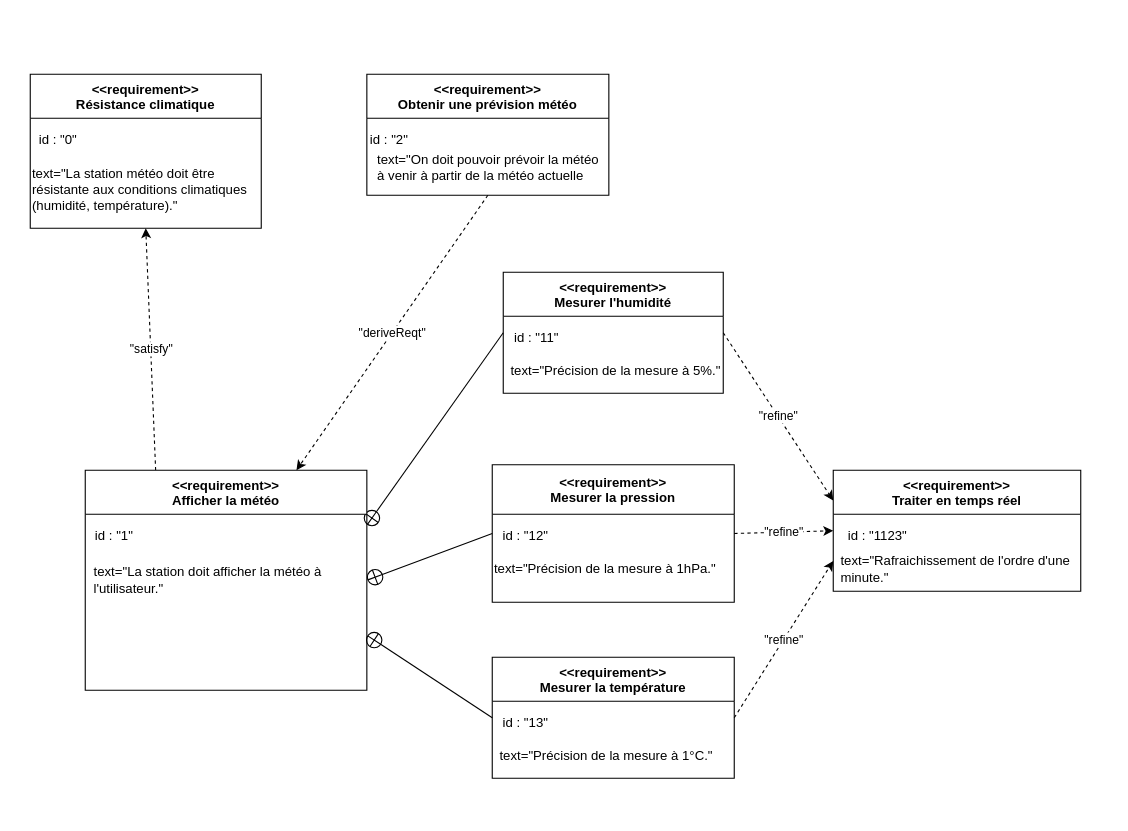
Before: DE.drawio in F3lixitas/projetMeteo, a draw.io diagram. Source tidied: cells renumbered, new cells numbered last; positions are measured from the earlier drawing's top-left corner, leaving out a move shared by most shapes. Both pictures are drawn from the tidied source at 110%, with x=0, y=0 at pixel (30, 74).
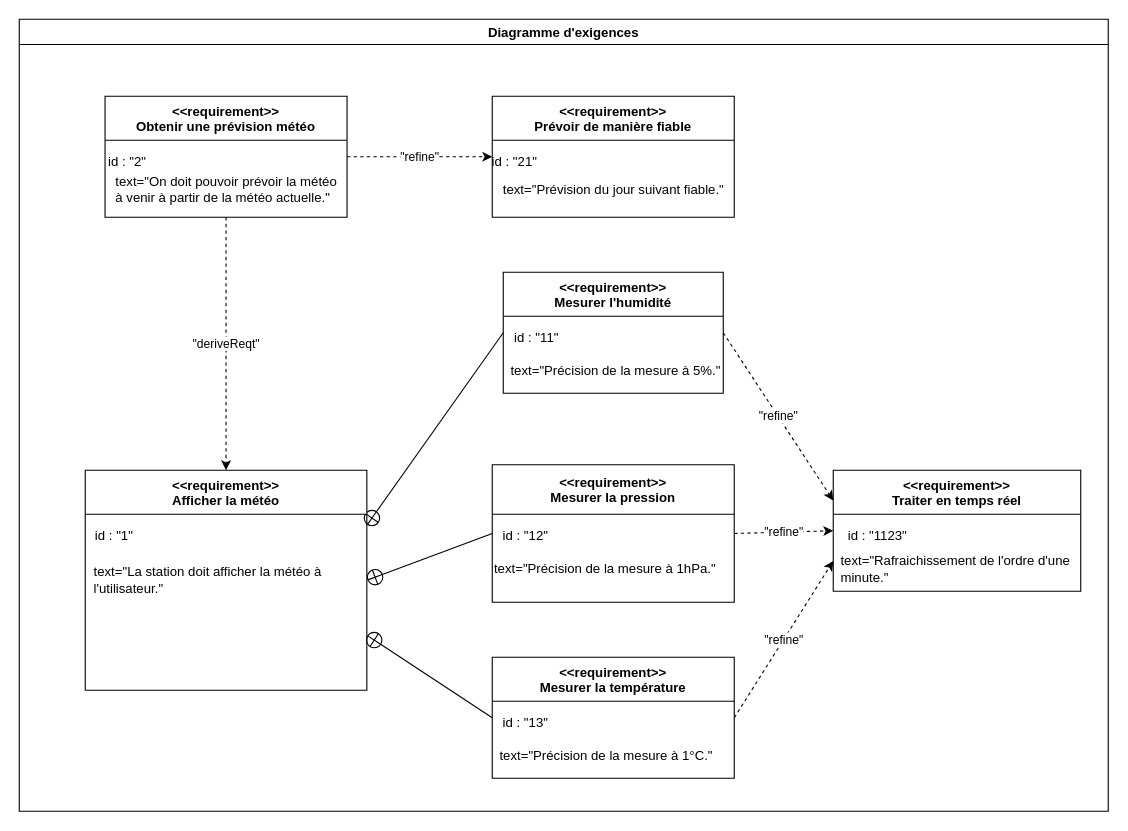
The same page after the edit.

Unchanged cells that the change refers to:
```xml
<mxCell id="17" value="&lt;&lt;requirement&gt;&gt;&#10;Afficher la météo" style="swimlane;startSize=40;" parent="1" vertex="1">
  <mxGeometry x="50" y="360" width="256" height="200" as="geometry" />
</mxCell>
```

The edit, as a diff of the source:
```diff
@@
-    <mxCell id="16" value="&quot;satisfy&quot;" style="edgeStyle=none;rounded=0;jettySize=auto;html=1;exitX=0.25;exitY=0;exitDx=0;exitDy=0;entryX=0.5;entryY=1;entryDx=0;entryDy=0;dashed=1;endArrow=classic;endFill=1;" parent="1" edge="1" source="17" target="24">
-      <mxGeometry relative="1" as="geometry" />
-    </mxCell>
@@
-    <mxCell id="20" value="&quot;deriveReqt&quot;" style="edgeStyle=none;rounded=0;jettySize=auto;html=1;exitX=0.5;exitY=1;exitDx=0;exitDy=0;entryX=0.75;entryY=0;entryDx=0;entryDy=0;dashed=1;endArrow=classic;endFill=1;" parent="1" edge="1" source="21" target="17">
+    <mxCell id="20" value="&quot;deriveReqt&quot;" style="edgeStyle=none;rounded=0;jettySize=auto;html=1;exitX=0.5;exitY=1;exitDx=0;exitDy=0;entryX=0.5;entryY=0;entryDx=0;entryDy=0;dashed=1;endArrow=classic;endFill=1;" parent="1" edge="1" source="21" target="17">
       <mxGeometry relative="1" as="geometry" />
     </mxCell>
+    <mxCell id="31" value="&quot;refine&quot;" style="edgeStyle=none;rounded=0;jettySize=auto;html=1;exitX=1;exitY=0.5;exitDx=0;exitDy=0;entryX=0;entryY=0.5;entryDx=0;entryDy=0;dashed=1;endArrow=classic;endFill=1;" parent="1" edge="1" source="21" target="32">
+      <mxGeometry relative="1" as="geometry" />
+    </mxCell>
     <mxCell id="21" value="&lt;&lt;requirement&gt;&gt;&#10;Obtenir une prévision météo" style="swimlane;startSize=40;" parent="1" vertex="1">
-      <mxGeometry x="306" width="220" height="110" as="geometry" />
+      <mxGeometry x="68" y="20" width="220" height="110" as="geometry" />
     </mxCell>
@@
-    <mxCell id="23" value="text=&quot;On doit pouvoir prévoir la météo&lt;br&gt;&lt;div style=&quot;text-align: left&quot;&gt;&lt;span&gt;à venir à partir de la météo actuelle&lt;/span&gt;&lt;/div&gt;" style="text;html=1;align=center;verticalAlign=middle;strokeColor=none;fillColor=none;" parent="21" vertex="1">
+    <mxCell id="23" value="text=&quot;On doit pouvoir prévoir la météo&lt;br&gt;&lt;div style=&quot;text-align: left&quot;&gt;&lt;span&gt;à venir à partir de la météo actuelle.&quot;&lt;/span&gt;&lt;/div&gt;" style="text;html=1;align=center;verticalAlign=middle;strokeColor=none;fillColor=none;" parent="21" vertex="1">
       <mxGeometry y="70" width="220" height="30" as="geometry" />
     </mxCell>
-    <mxCell id="24" value="&lt;&lt;requirement&gt;&gt;&#10;Résistance climatique" style="swimlane;startSize=40;" parent="1" vertex="1">
-      <mxGeometry width="210" height="140" as="geometry" />
-    </mxCell>
-    <mxCell id="25" value="id : &quot;0&quot;" style="text;html=1;align=center;verticalAlign=middle;strokeColor=none;fillColor=none;" parent="24" vertex="1">
-      <mxGeometry y="50" width="50" height="20" as="geometry" />
-    </mxCell>
-    <mxCell id="26" value="text=&quot;La station météo doit être&lt;br&gt;résistante aux conditions climatiques &lt;br&gt;(humidité, température).&quot;" style="text;html=1;align=left;verticalAlign=middle;strokeColor=none;fillColor=none;" parent="24" vertex="1">
-      <mxGeometry y="80" width="210" height="50" as="geometry" />
-    </mxCell>
@@
+    <mxCell id="32" value="&lt;&lt;requirement&gt;&gt;&#10;Prévoir de manière fiable" style="swimlane;startSize=40;" parent="1" vertex="1">
+      <mxGeometry x="420" y="20" width="220" height="110" as="geometry" />
+    </mxCell>
+    <mxCell id="33" value="id : &quot;21&quot;" style="text;html=1;align=center;verticalAlign=middle;strokeColor=none;fillColor=none;" parent="32" vertex="1">
+      <mxGeometry x="-10" y="50" width="60" height="20" as="geometry" />
+    </mxCell>
+    <mxCell id="34" value="text=&quot;Prévision du jour suivant fiable.&quot;" style="text;html=1;align=center;verticalAlign=middle;strokeColor=none;fillColor=none;" parent="32" vertex="1">
+      <mxGeometry y="75" width="220" height="20" as="geometry" />
+    </mxCell>
+    <mxCell id="35" value="Diagramme d'exigences" style="swimlane;" parent="1" vertex="1">
+      <mxGeometry x="-10" y="-50" width="990" height="720" as="geometry" />
+    </mxCell>
```
